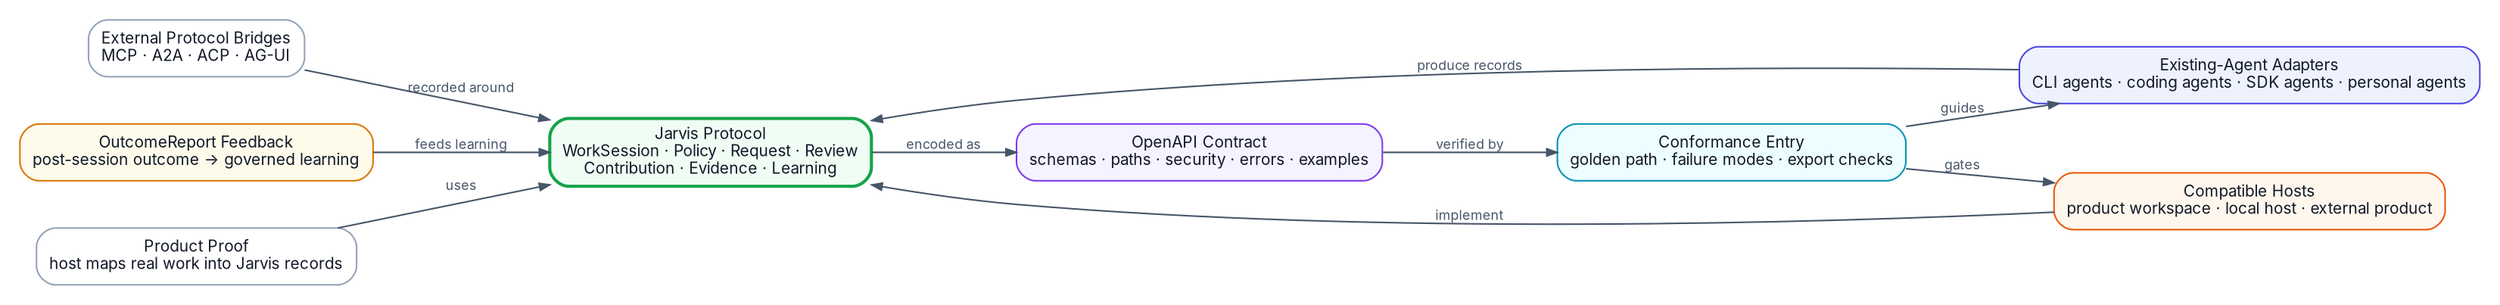
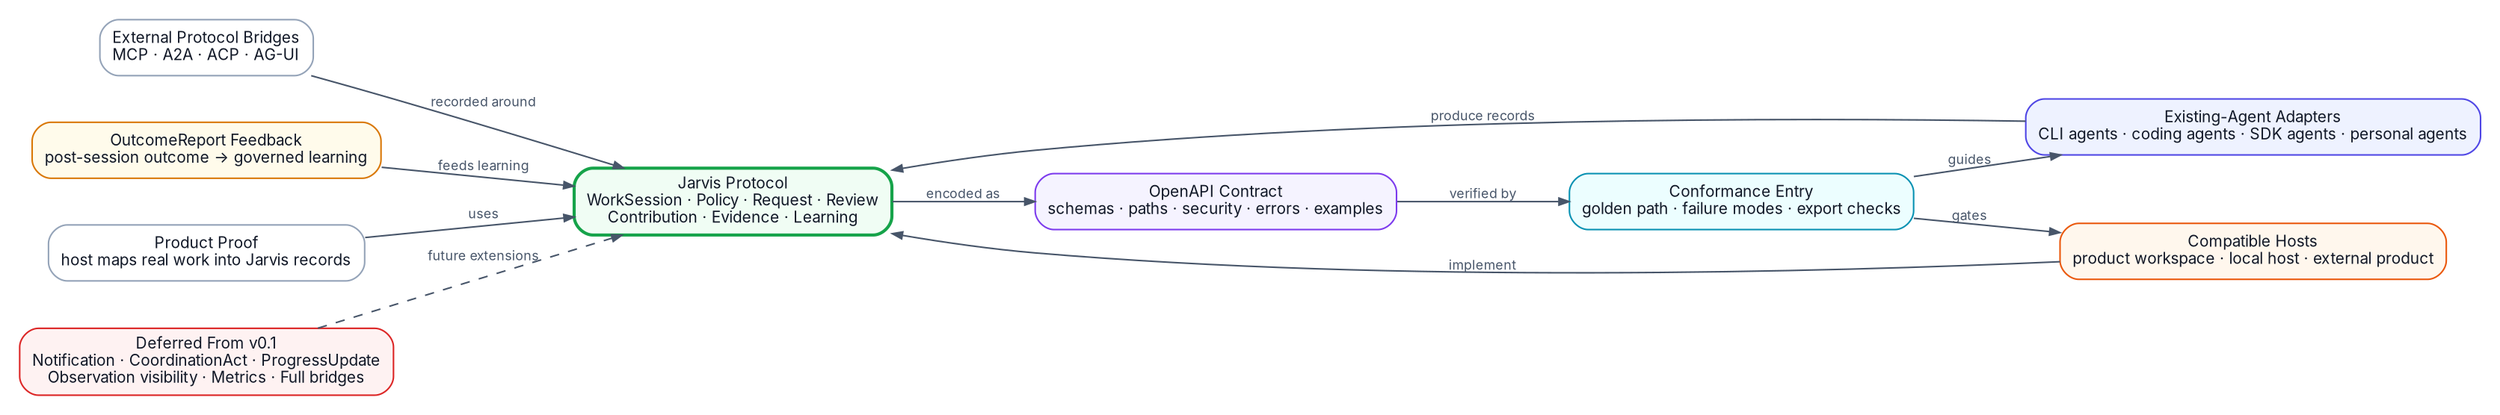
digraph G {
  graph [rankdir=LR, bgcolor="white", margin=0.12, nodesep=0.42, ranksep=0.6];
  node [shape=box, style="rounded,filled", fontname="Inter", fontsize=10, color="#94a3b8", fillcolor="#f8fafc", fontcolor="#111827", margin="0.11,0.07"];
  edge [fontname="Inter", fontsize=8.5, color="#475569", fontcolor="#475569", arrowsize=0.65];

  jarvis [label="Jarvis Protocol\nWorkSession · Policy · Request · Review\nContribution · Evidence · Learning", fillcolor="#f0fdf4", color="#16a34a", penwidth=2];
  openapi [label="OpenAPI Contract\nschemas · paths · security · errors · examples", fillcolor="#f5f3ff", color="#7c3aed"];
  conformance [label="Conformance Entry\ngolden path · failure modes · export checks", fillcolor="#ecfeff", color="#0891b2"];
  adapters [label="Existing-Agent Adapters\nCLI agents · coding agents · SDK agents · personal agents", fillcolor="#eef2ff", color="#4f46e5"];
  hosts [label="Compatible Hosts\nproduct workspace · local host · external product", fillcolor="#fff7ed", color="#ea580c"];
  protocols [label="External Protocol Bridges\nMCP · A2A · ACP · AG-UI", fillcolor="#ffffff"];
  outcome [label="OutcomeReport Feedback\npost-session outcome -> governed learning", fillcolor="#fffbeb", color="#d97706"];
  product [label="Product Proof\nhost maps real work into Jarvis records", fillcolor="#ffffff"];
+   deferred [label="Deferred From v0.1\nNotification · CoordinationAct · ProgressUpdate\nObservation visibility · Metrics · Full bridges", fillcolor="#fef2f2", color="#dc2626"];

  jarvis -> openapi [label="encoded as"];
  openapi -> conformance [label="verified by"];
  conformance -> adapters [label="guides"];
  conformance -> hosts [label="gates"];
  adapters -> jarvis [label="produce records"];
  hosts -> jarvis [label="implement"];
  protocols -> jarvis [label="recorded around"];
  outcome -> jarvis [label="feeds learning"];
  product -> jarvis [label="uses"];
+   deferred -> jarvis [style=dashed, label="future extensions"];
}
